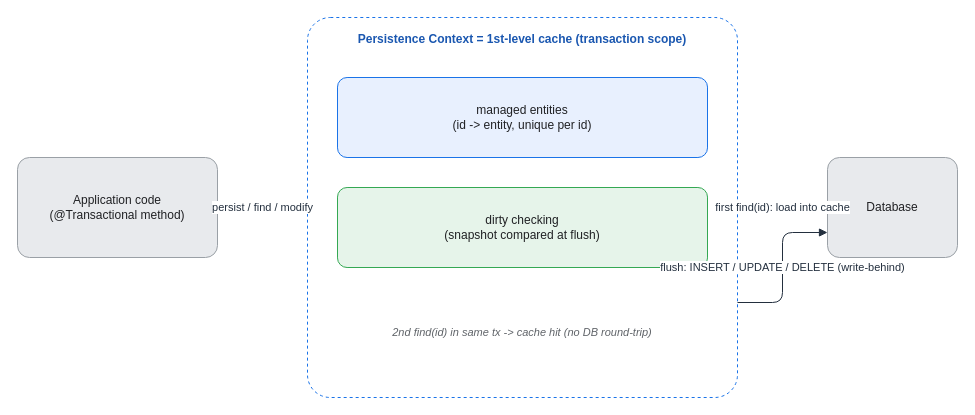
KKamJi98/kkamji98.github.io keeps this draw.io diagram as assets/img/spring/spring-15-persistence-context.drawio. Above is the earlier version. Source tidied: cells renumbered, new cells numbered last; positions are measured from the earlier drawing's top-left corner, leaving out a move shared by most shapes. Both pictures are drawn from the tidied source at 100%, with x=0, y=0 at pixel (17, 17).
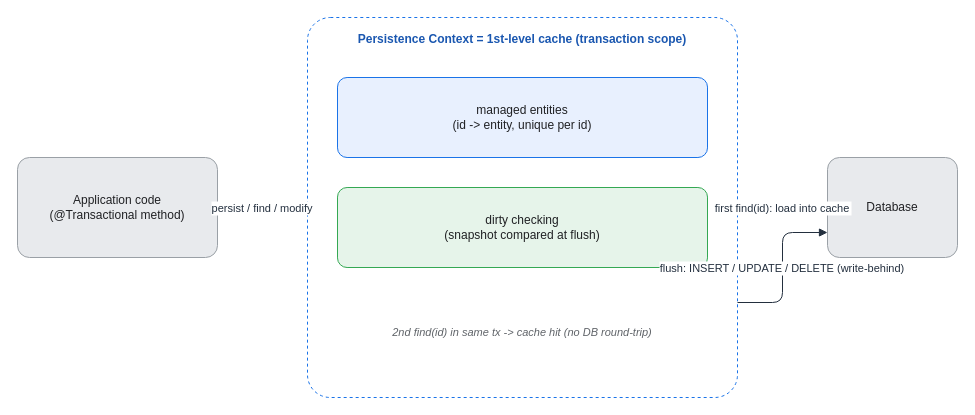
Above is the later version.

The edit, as a diff of the source:
```diff
@@
 <mxGraphModel background="#FFFFFF">
   <root>
     <mxCell id="0" />
     <mxCell id="1" parent="0" />
     <mxCell id="2" value="Application code&#10;(@Transactional method)" style="rounded=1;whiteSpace=wrap;html=1;arcSize=12;shadow=0;fillColor=#E8EAED;strokeColor=#9AA0A6;fontColor=#202124;" parent="1" vertex="1">
       <mxGeometry y="140" width="200" height="100" as="geometry" />
     </mxCell>
     <mxCell id="3" value="Persistence Context = 1st-level cache (transaction scope)" style="rounded=1;whiteSpace=wrap;html=1;arcSize=6;shadow=0;fillColor=#FFFFFF;strokeColor=#1A73E8;fontColor=#1A57B0;fontStyle=1;verticalAlign=top;align=center;dashed=1;spacingTop=8;" parent="1" vertex="1">
       <mxGeometry x="290" width="430" height="380" as="geometry" />
     </mxCell>
     <mxCell id="4" value="managed entities&#10;(id -&gt; entity, unique per id)" style="rounded=1;whiteSpace=wrap;html=1;arcSize=12;shadow=0;fillColor=#E8F0FE;strokeColor=#1A73E8;fontColor=#202124;" parent="1" vertex="1">
       <mxGeometry x="320" y="60" width="370" height="80" as="geometry" />
     </mxCell>
     <mxCell id="5" value="dirty checking&#10;(snapshot compared at flush)" style="rounded=1;whiteSpace=wrap;html=1;arcSize=12;shadow=0;fillColor=#E6F4EA;strokeColor=#34A853;fontColor=#202124;" parent="1" vertex="1">
       <mxGeometry x="320" y="170" width="370" height="80" as="geometry" />
     </mxCell>
     <mxCell id="6" value="2nd find(id) in same tx -&gt; cache hit (no DB round-trip)" style="text;html=1;align=center;verticalAlign=middle;whiteSpace=wrap;fontSize=11;fontColor=#5F6368;fontStyle=2;" parent="1" vertex="1">
       <mxGeometry x="320" y="290" width="370" height="50" as="geometry" />
     </mxCell>
     <mxCell id="7" value="Database" style="rounded=1;whiteSpace=wrap;html=1;arcSize=12;shadow=0;fillColor=#E8EAED;strokeColor=#9AA0A6;fontColor=#202124;" parent="1" vertex="1">
       <mxGeometry x="810" y="140" width="130" height="100" as="geometry" />
     </mxCell>
-    <mxCell id="8" value="persist / find / modify" style="edgeStyle=orthogonalEdgeStyle;rounded=1;html=1;endArrow=block;strokeColor=#232F3E;fontColor=#232F3E;labelBackgroundColor=#FFFFFF;" parent="1" edge="1" source="2" target="3">
+    <mxCell id="8" value="persist / find / modify" style="edgeStyle=orthogonalEdgeStyle;rounded=1;html=0;endArrow=block;strokeColor=#232F3E;fontColor=#232F3E;labelBackgroundColor=#FFFFFF;" parent="1" edge="1" source="2" target="3">
       <mxGeometry relative="1" as="geometry" />
     </mxCell>
-    <mxCell id="9" value="first find(id): load into cache" style="edgeStyle=orthogonalEdgeStyle;rounded=1;html=1;endArrow=block;strokeColor=#232F3E;fontColor=#232F3E;labelBackgroundColor=#FFFFFF;" parent="1" edge="1" source="7" target="3">
+    <mxCell id="9" value="first find(id): load into cache" style="edgeStyle=orthogonalEdgeStyle;rounded=1;html=0;endArrow=block;strokeColor=#232F3E;fontColor=#232F3E;labelBackgroundColor=#FFFFFF;" parent="1" edge="1" source="7" target="3">
       <mxGeometry relative="1" as="geometry" />
     </mxCell>
-    <mxCell id="10" value="flush: INSERT / UPDATE / DELETE (write-behind)" style="edgeStyle=orthogonalEdgeStyle;rounded=1;html=1;endArrow=block;strokeColor=#232F3E;fontColor=#232F3E;labelBackgroundColor=#FFFFFF;exitX=1;exitY=0.75;exitDx=0;exitDy=0;entryX=0;entryY=0.75;entryDx=0;entryDy=0;" parent="1" edge="1" source="3" target="7">
+    <mxCell id="10" value="flush: INSERT / UPDATE / DELETE (write-behind)" style="edgeStyle=orthogonalEdgeStyle;rounded=1;html=0;endArrow=block;strokeColor=#232F3E;fontColor=#232F3E;labelBackgroundColor=#FFFFFF;exitX=1;exitY=0.75;exitDx=0;exitDy=0;entryX=0;entryY=0.75;entryDx=0;entryDy=0;" parent="1" edge="1" source="3" target="7">
       <mxGeometry relative="1" as="geometry" />
     </mxCell>
   </root>
 </mxGraphModel>
```
